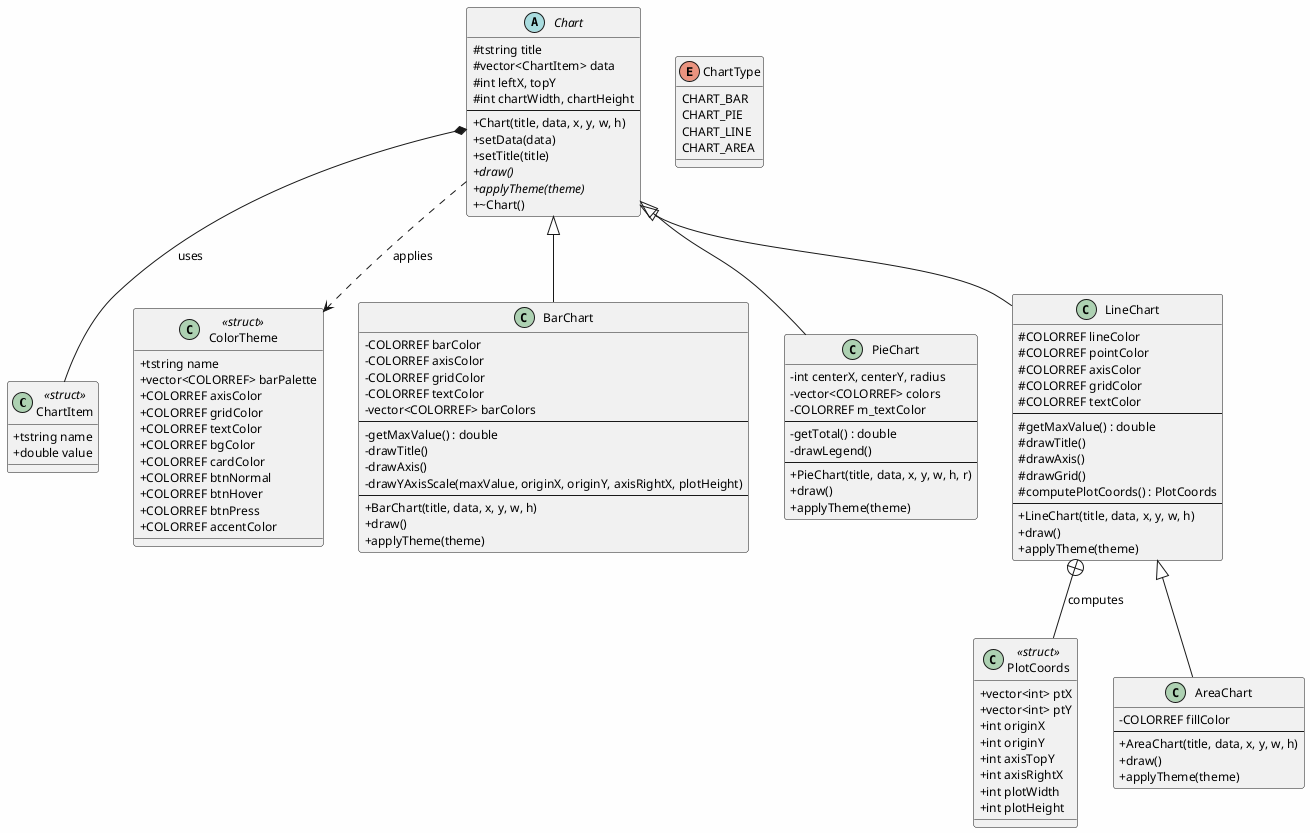
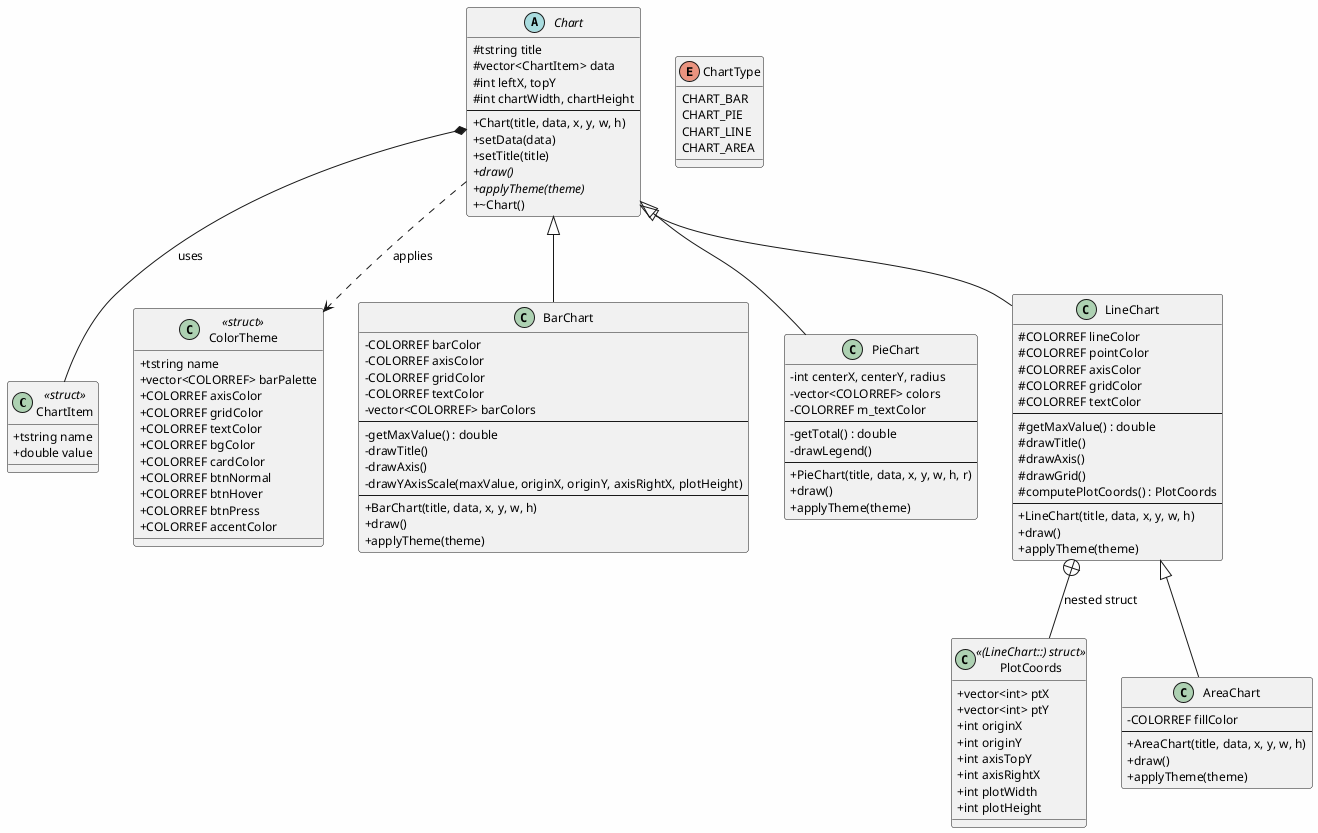
@startuml 图表类层次结构
' ==================== 图表类继承体系 ====================
+ ' 版本: 2025-06 — 反映最新源码结构
+ '   - PlotCoords 是 LineChart 的 protected 嵌套结构体
+ '   - createChart 是 Pages.h 中的自由函数（非类）
+ '   - darkenColor / lightenColor 是 Chart.h 中的内联函数

skinparam classAttributeIconSize 0
skinparam backgroundColor #FEFEFE
skinparam defaultFontSize 12

' ── 结构体 ──
class ChartItem <<struct>> {
  + tstring name
  + double value
}

class ColorTheme <<struct>> {
  + tstring name
  + vector<COLORREF> barPalette
  + COLORREF axisColor
  + COLORREF gridColor
  + COLORREF textColor
  + COLORREF bgColor
  + COLORREF cardColor
  + COLORREF btnNormal
  + COLORREF btnHover
  + COLORREF btnPress
  + COLORREF accentColor
}

- class PlotCoords <<struct>> {
-   + vector<int> ptX
-   + vector<int> ptY
-   + int originX
-   + int originY
-   + int axisTopY
-   + int axisRightX
-   + int plotWidth
-   + int plotHeight
- }
- 
+ ' ChartType 枚举（定义于 Pages.h）
enum ChartType {
  CHART_BAR
  CHART_PIE
  CHART_LINE
  CHART_AREA
}

' ── 抽象基类 ──
abstract class Chart {
  # tstring title
  # vector<ChartItem> data
  # int leftX, topY
  # int chartWidth, chartHeight
  ---
  + Chart(title, data, x, y, w, h)
  + setData(data)
  + setTitle(title)
  + {abstract} draw()
  + {abstract} applyTheme(theme)
  + ~Chart()
}

' ── 柱状图 ──
class BarChart {
  - COLORREF barColor
  - COLORREF axisColor
  - COLORREF gridColor
  - COLORREF textColor
  - vector<COLORREF> barColors
  ---
  - getMaxValue() : double
  - drawTitle()
  - drawAxis()
  - drawYAxisScale(maxValue, originX, originY, axisRightX, plotHeight)
  ---
  + BarChart(title, data, x, y, w, h)
  + draw()
  + applyTheme(theme)
}

' ── 饼图 ──
class PieChart {
  - int centerX, centerY, radius
  - vector<COLORREF> colors
  - COLORREF m_textColor
  ---
  - getTotal() : double
  - drawLegend()
  ---
  + PieChart(title, data, x, y, w, h, r)
  + draw()
  + applyTheme(theme)
}

' ── 折线图 ──
class LineChart {
  # COLORREF lineColor
  # COLORREF pointColor
  # COLORREF axisColor
  # COLORREF gridColor
  # COLORREF textColor
  ---
  # getMaxValue() : double
  # drawTitle()
  # drawAxis()
  # drawGrid()
  # computePlotCoords() : PlotCoords
  ---
  + LineChart(title, data, x, y, w, h)
  + draw()
  + applyTheme(theme)
}

+ ' PlotCoords 是 LineChart 的 protected 嵌套结构体
+ class PlotCoords <<(LineChart::) struct>> {
+   + vector<int> ptX
+   + vector<int> ptY
+   + int originX
+   + int originY
+   + int axisTopY
+   + int axisRightX
+   + int plotWidth
+   + int plotHeight
+ }
+ 
' ── 面积图 ──
class AreaChart {
  - COLORREF fillColor
  ---
  + AreaChart(title, data, x, y, w, h)
  + draw()
  + applyTheme(theme)
}

' ── 继承关系 ──
Chart <|-- BarChart
Chart <|-- PieChart
Chart <|-- LineChart
LineChart <|-- AreaChart

' ── 组合关系 ──
Chart *-- ChartItem : uses
Chart ..> ColorTheme : applies
- LineChart +-- PlotCoords : computes
+ LineChart +-- PlotCoords : nested struct

@enduml
